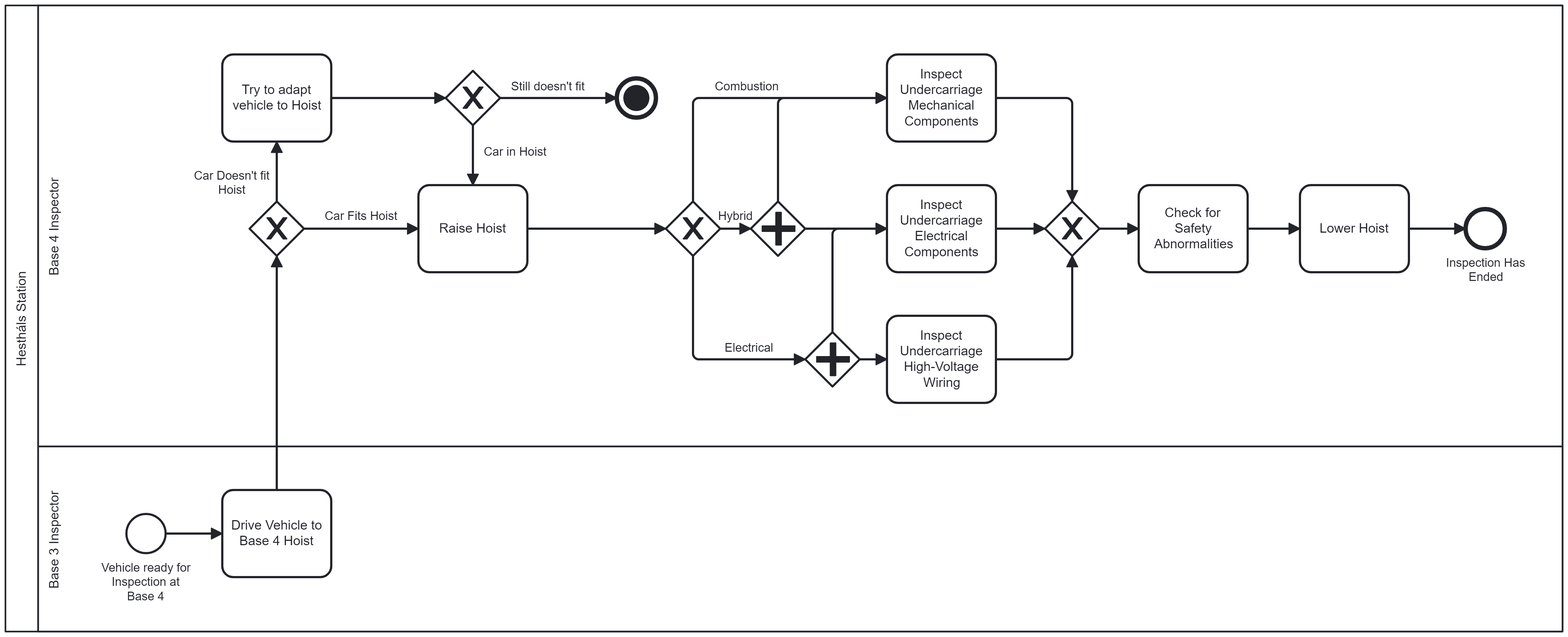
Before: process_modeling/as_is_processes/sub_process_4/subprocesso_4.png, a diagram exported from BPMN (franciscoAbreuTecnico/Business-Process-Engineering-and-Technology). Its source is kept beside it as process_modeling/as_is_processes/sub_process_4/subprocesso_4.bpmn. Ids are renumbered.
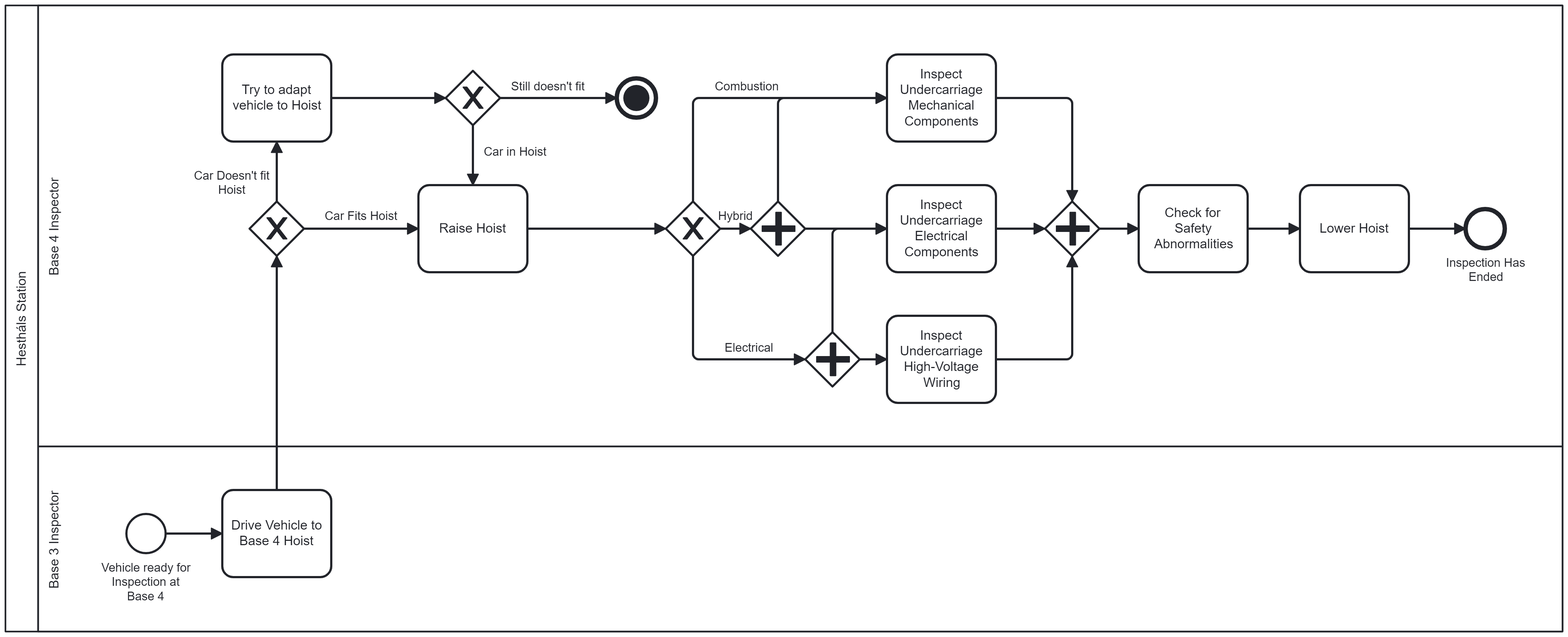
The same file after the commit.

Diff of the diagram source:
```diff
@@ -16,10 +16,10 @@
         <bpmn:flowNodeRef>Gateway_n15</bpmn:flowNodeRef>
         <bpmn:flowNodeRef>Gateway_n16</bpmn:flowNodeRef>
         <bpmn:flowNodeRef>Gateway_n17</bpmn:flowNodeRef>
-        <bpmn:flowNodeRef>Gateway_n18</bpmn:flowNodeRef>
         <bpmn:flowNodeRef>Activity_n19</bpmn:flowNodeRef>
         <bpmn:flowNodeRef>Activity_n20</bpmn:flowNodeRef>
         <bpmn:flowNodeRef>Event_n21</bpmn:flowNodeRef>
+        <bpmn:flowNodeRef>Gateway_n18</bpmn:flowNodeRef>
       </bpmn:lane>
       <bpmn:lane id="Lane_n22" name="Base 3 Inspector">
         <bpmn:flowNodeRef>Event_n23</bpmn:flowNodeRef>
@@ -86,12 +86,6 @@
       <bpmn:outgoing>Flow_n33</bpmn:outgoing>
       <bpmn:outgoing>Flow_n36</bpmn:outgoing>
     </bpmn:parallelGateway>
-    <bpmn:exclusiveGateway id="Gateway_n18">
-      <bpmn:incoming>Flow_n38</bpmn:incoming>
-      <bpmn:incoming>Flow_n40</bpmn:incoming>
-      <bpmn:incoming>Flow_n35</bpmn:incoming>
-      <bpmn:outgoing>Flow_n43</bpmn:outgoing>
-    </bpmn:exclusiveGateway>
     <bpmn:task id="Activity_n19" name="Check for Safety Abnormalities">
       <bpmn:incoming>Flow_n43</bpmn:incoming>
       <bpmn:outgoing>Flow_n44</bpmn:outgoing>
@@ -124,11 +118,17 @@
       <bpmn:outgoing>Flow_n25</bpmn:outgoing>
     </bpmn:task>
     <bpmn:sequenceFlow id="Flow_n46" sourceRef="Event_n23" targetRef="Activity_n24" />
+    <bpmn:parallelGateway id="Gateway_n18">
+      <bpmn:incoming>Flow_n38</bpmn:incoming>
+      <bpmn:incoming>Flow_n40</bpmn:incoming>
+      <bpmn:incoming>Flow_n35</bpmn:incoming>
+      <bpmn:outgoing>Flow_n43</bpmn:outgoing>
+    </bpmn:parallelGateway>
   </bpmn:process>
   <bpmndi:BPMNDiagram id="BPMNDiagram_1">
     <bpmndi:BPMNPlane id="BPMNPlane_1" bpmnElement="Collaboration_n2">
       <bpmndi:BPMNShape id="Participant_n3_di" bpmnElement="Participant_n3" isHorizontal="true">
-        <dc:Bounds x="131" y="95" width="1429" height="585" />
+        <dc:Bounds x="131" y="95" width="1429" height="575" />
         <bpmndi:BPMNLabel />
       </bpmndi:BPMNShape>
       <bpmndi:BPMNShape id="Lane_n6_di" bpmnElement="Lane_n6" isHorizontal="true">
@@ -136,7 +136,7 @@
         <bpmndi:BPMNLabel />
       </bpmndi:BPMNShape>
       <bpmndi:BPMNShape id="Lane_n22_di" bpmnElement="Lane_n22" isHorizontal="true">
-        <dc:Bounds x="161" y="500" width="1399" height="180" />
+        <dc:Bounds x="161" y="500" width="1399" height="170" />
         <bpmndi:BPMNLabel />
       </bpmndi:BPMNShape>
       <bpmndi:BPMNShape id="Gateway_n7_di" bpmnElement="Gateway_n7" isMarkerVisible="true">
@@ -177,9 +177,6 @@
       <bpmndi:BPMNShape id="Gateway_03jpjnm_di" bpmnElement="Gateway_n17">
         <dc:Bounds x="815" y="275" width="50" height="50" />
       </bpmndi:BPMNShape>
-      <bpmndi:BPMNShape id="Gateway_n18_di" bpmnElement="Gateway_n18" isMarkerVisible="true">
-        <dc:Bounds x="1085" y="275" width="50" height="50" />
-      </bpmndi:BPMNShape>
       <bpmndi:BPMNShape id="Activity_n19_di" bpmnElement="Activity_n19">
         <dc:Bounds x="1171" y="260" width="100" height="80" />
         <bpmndi:BPMNLabel />
@@ -203,6 +200,9 @@
       <bpmndi:BPMNShape id="Activity_n24_di" bpmnElement="Activity_n24">
         <dc:Bounds x="330" y="540" width="100" height="80" />
         <bpmndi:BPMNLabel />
+      </bpmndi:BPMNShape>
+      <bpmndi:BPMNShape id="Gateway_0wagb38_di" bpmnElement="Gateway_n18">
+        <dc:Bounds x="1085" y="275" width="50" height="50" />
       </bpmndi:BPMNShape>
       <bpmndi:BPMNEdge id="Flow_n25_di" bpmnElement="Flow_n25">
         <di:waypoint x="380" y="540" />
```
